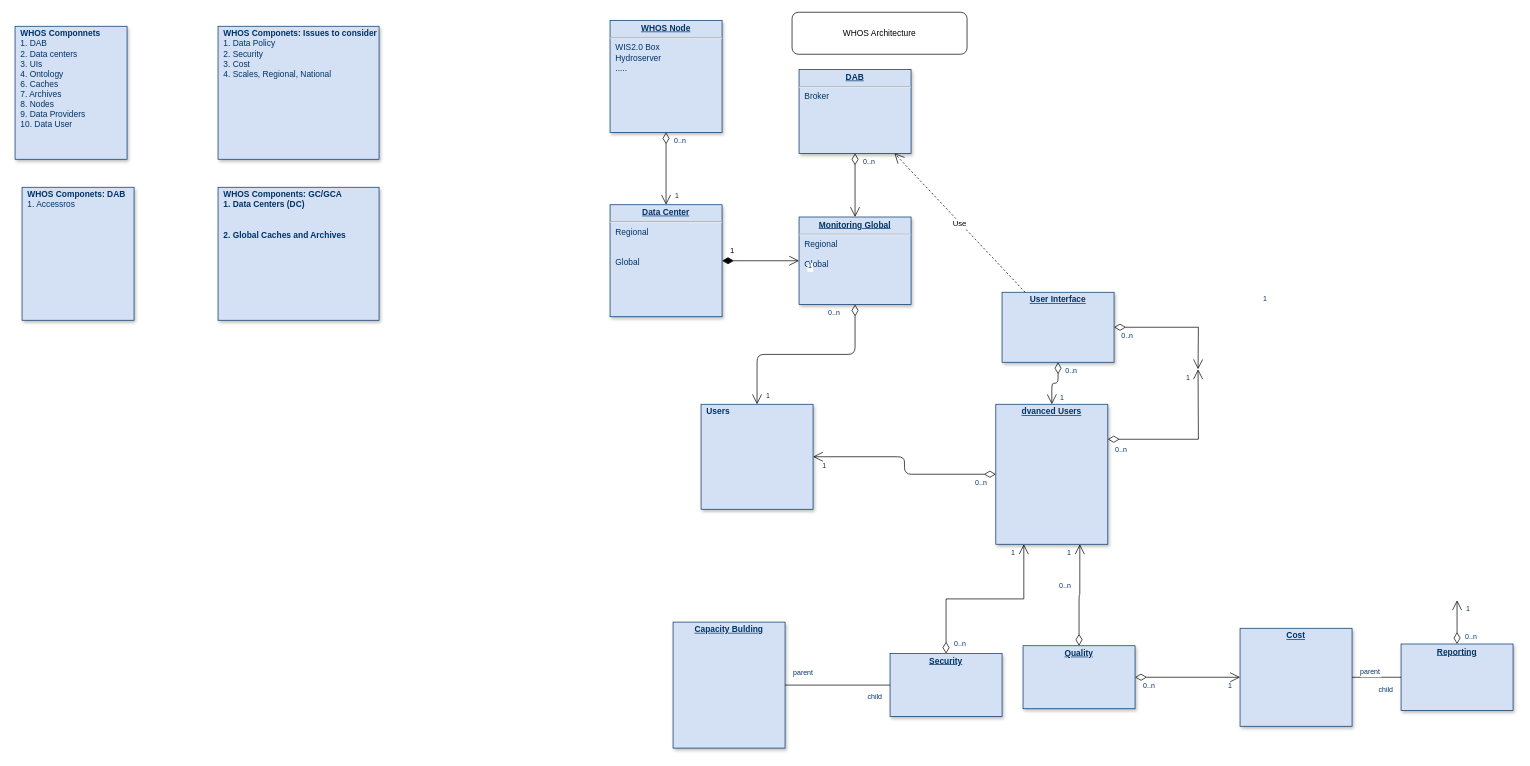
The draw.io diagram page "WHOS operational plan2" (2 of 2) of free software/Untitled Diagram.drawio in disiiwash/Test, before the edit. Source tidied: cells renumbered, new cells numbered last; positions are measured from the earlier drawing's top-left corner, leaving out a move shared by most shapes. Both pictures are drawn from the tidied source at 70%, with x=0, y=0 at pixel (15, 12).
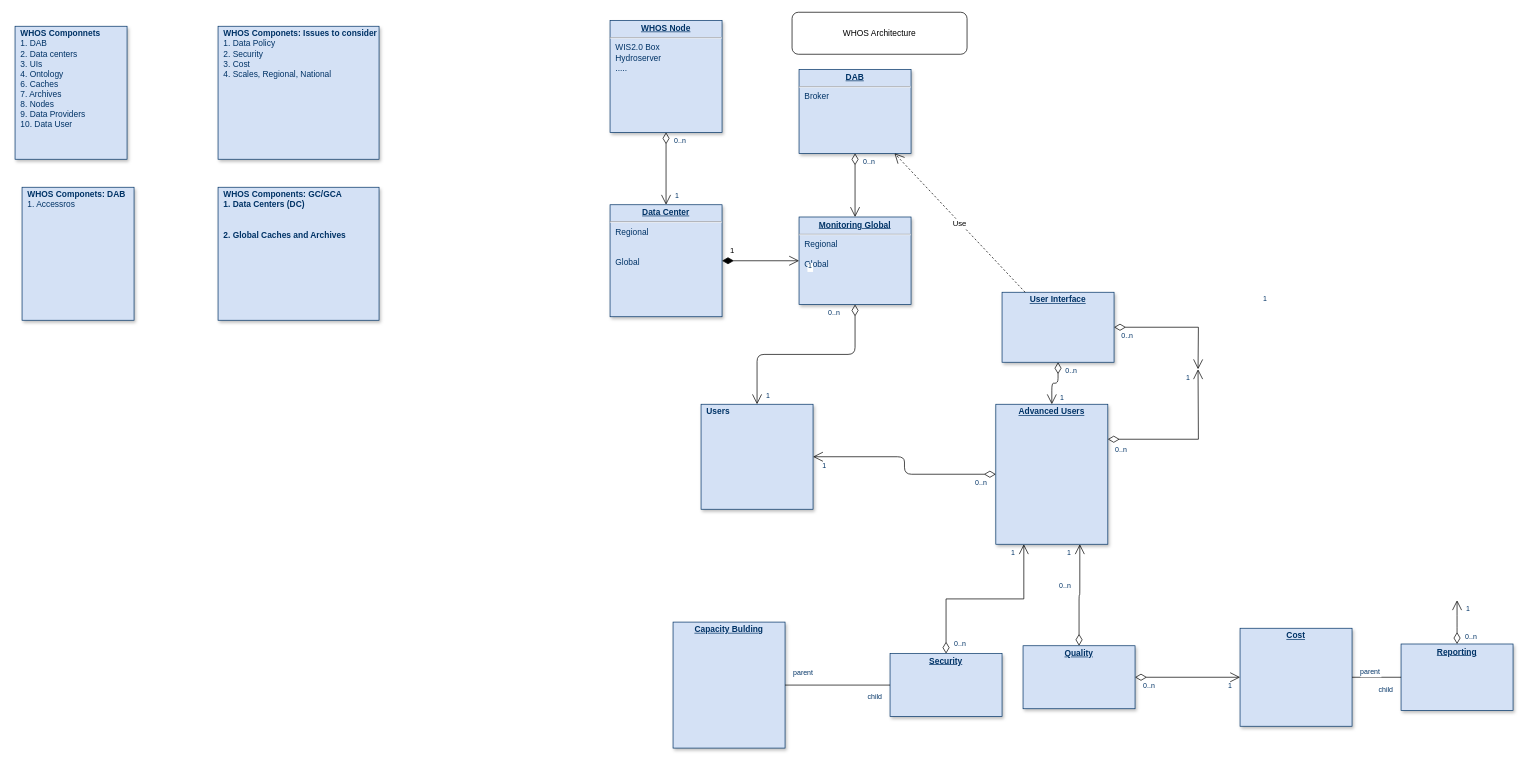
The same diagram, later.

Change to the diagram source:
```diff
@@
-    <mxCell id="9" value="&lt;p style=&quot;margin: 0px; margin-top: 4px; text-align: center; text-decoration: underline;&quot;&gt;&lt;b&gt;dvanced Users&lt;/b&gt;&lt;/p&gt;" style="verticalAlign=top;align=left;overflow=fill;fontSize=12;fontFamily=Helvetica;html=1;strokeColor=#003366;shadow=1;fillColor=#D4E1F5;fontColor=#003366;" parent="1" vertex="1">
+    <mxCell id="9" value="&lt;p style=&quot;margin: 0px; margin-top: 4px; text-align: center; text-decoration: underline;&quot;&gt;&lt;b&gt;Advanced Users&lt;/b&gt;&lt;/p&gt;" style="verticalAlign=top;align=left;overflow=fill;fontSize=12;fontFamily=Helvetica;html=1;strokeColor=#003366;shadow=1;fillColor=#D4E1F5;fontColor=#003366;" parent="1" vertex="1">
       <mxGeometry x="1401.1" y="560" width="160" height="200" as="geometry" />
     </mxCell>
```
